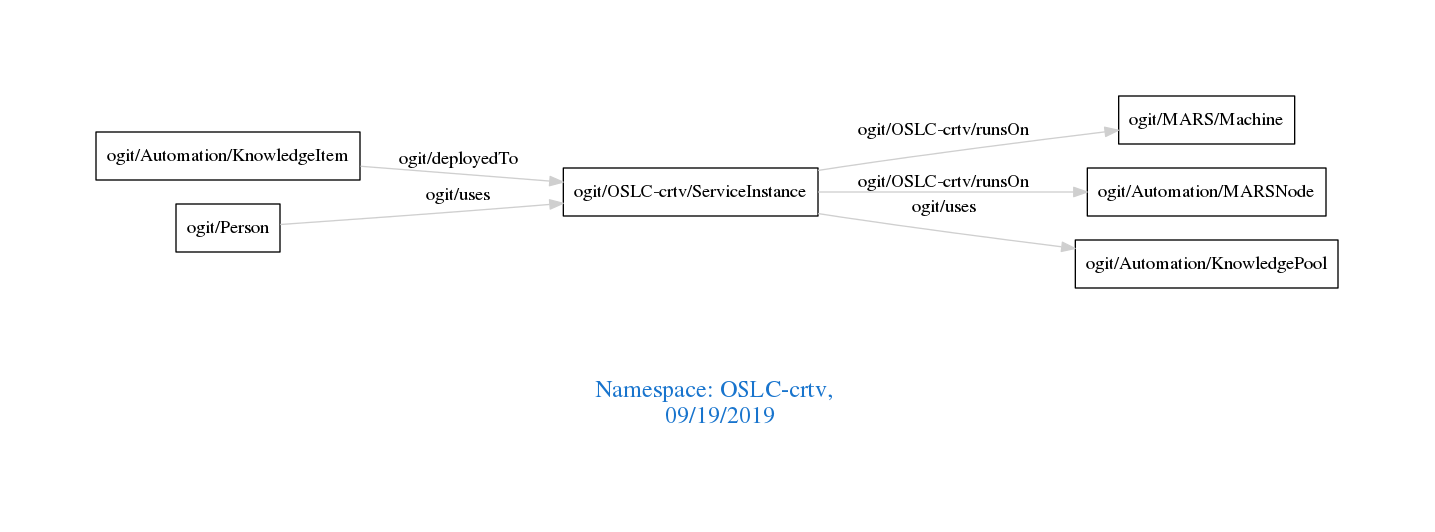
The Graphviz diagram downloads/OSLC-crtv.png in arago/OGIT, before a commit. Its source is kept beside it as downloads/OSLC-crtv.dot.
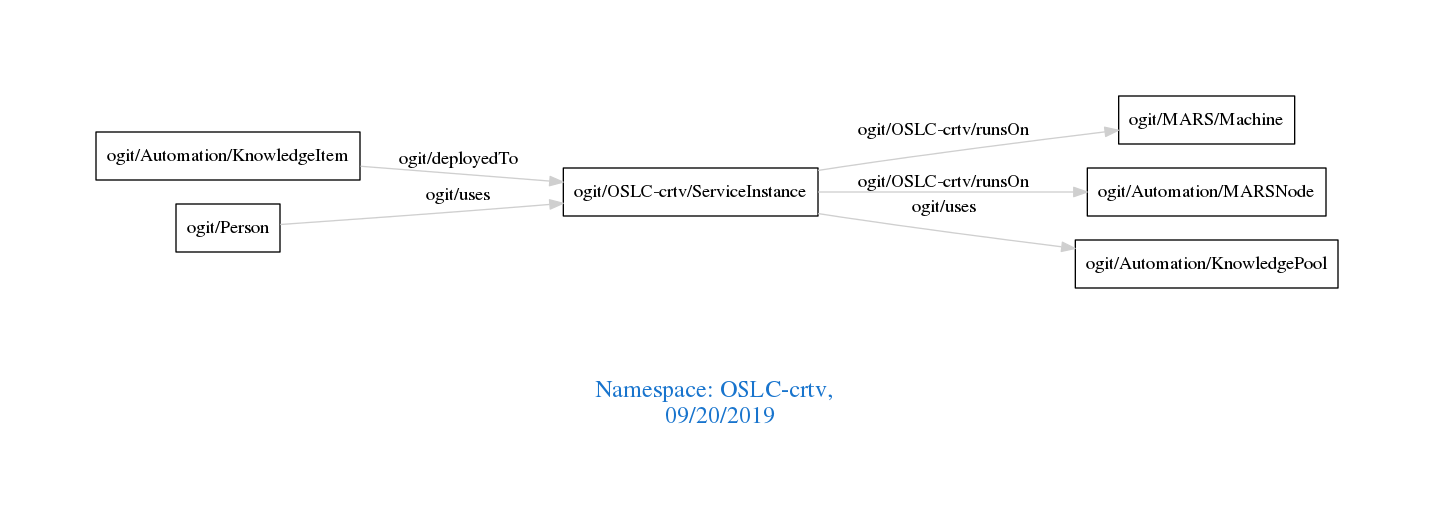
After the change.

The edit, as a diff of the source:
```diff
@@ -1,7 +1,7 @@
 digraph OGIT_ontology {
  graph [ rankdir= LR,pad=1
 fontsize = 18,
-fontcolor= dodgerblue3,label = "\n\n\nNamespace: OSLC-crtv, \n 09/19/2019"];
+fontcolor= dodgerblue3,label = "\n\n\nNamespace: OSLC-crtv, \n 09/20/2019"];
 node[shape=polygon];
 edge [  color="gray81"];
 
```
